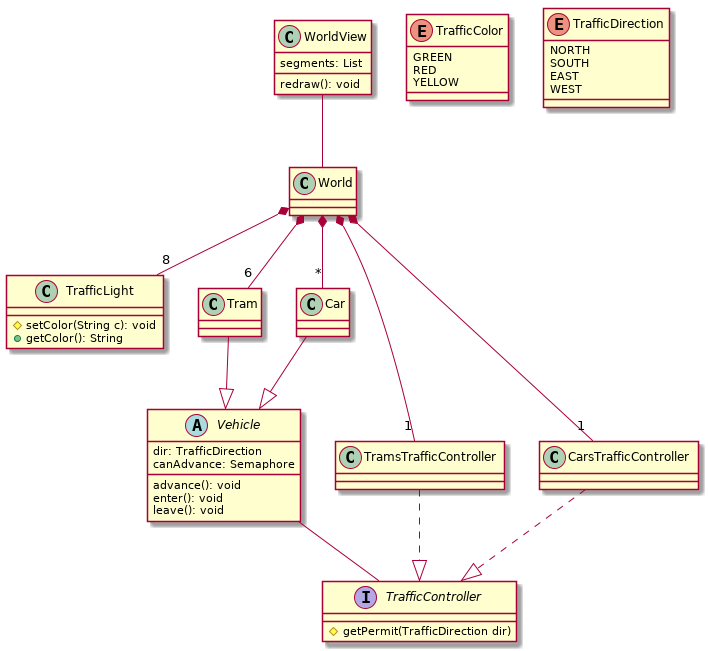
Before: tramway-uml.png, a diagram exported from PlantUML (wanisramdani/tramway).
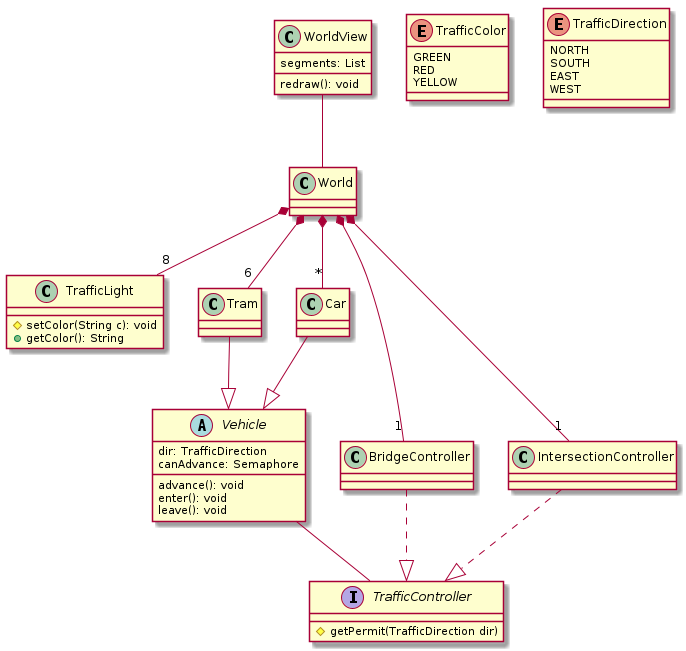
The same file after the commit.

What changed in the source:
```diff
@@ -11,8 +11,8 @@
 World *-- "8" TrafficLight
 World *-- "6" Tram
 World *-- "*" Car
-World *-- "1" TramsTrafficController
-World *-- "1" CarsTrafficController
+World *-- "1" BridgeController
+World *-- "1" IntersectionController
 
 abstract class Vehicle {
   dir: TrafficDirection
@@ -32,11 +32,11 @@
   # getPermit(TrafficDirection dir)
 }
 
-class TramsTrafficController {}
-TramsTrafficController ..|> TrafficController
+class BridgeController {}
+BridgeController ..|> TrafficController
 
-class CarsTrafficController {}
-CarsTrafficController ..|> TrafficController
+class IntersectionController {}
+IntersectionController ..|> TrafficController
 
 class TrafficLight {
   # setColor(String c): void
```
